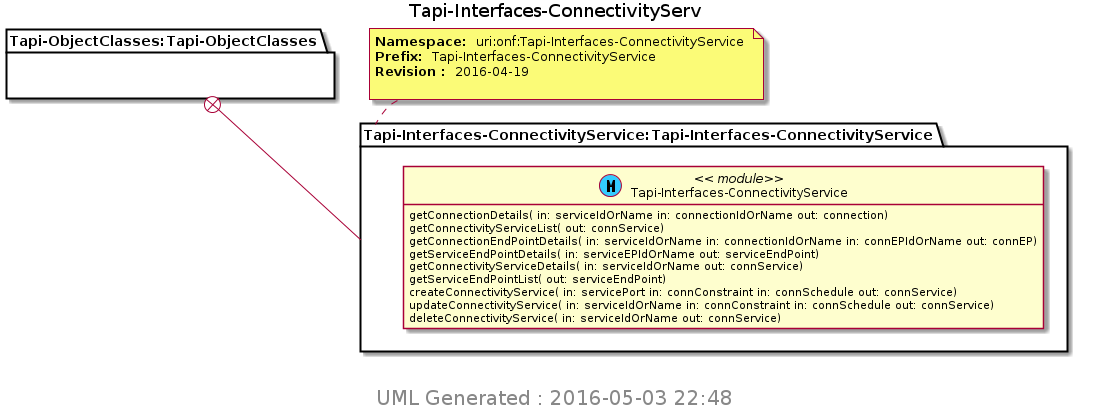
Before: TransportAPI/YANG/pyang_uml/Tapi-Interfaces-ConnectivityServ.png, a diagram exported from PlantUML (Open-Network-Models-and-Interfaces-ONMI/TAPI).
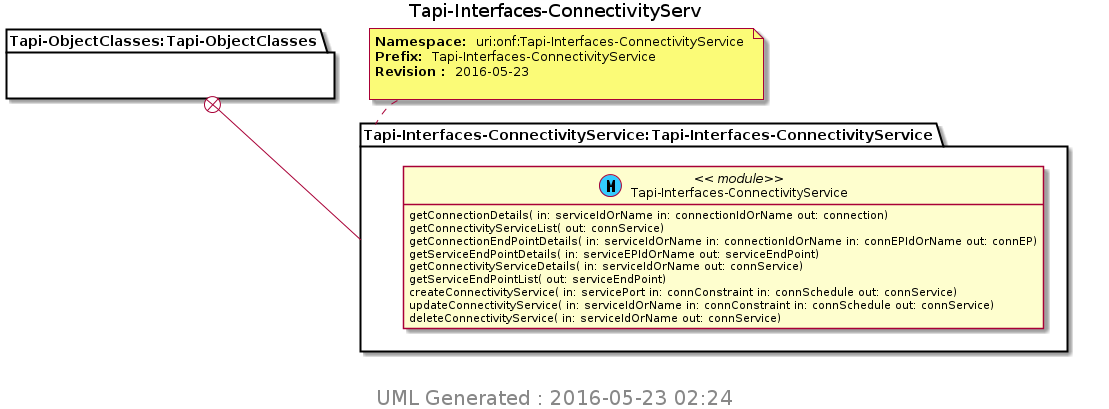
The same file after the commit.

The edit, as a diff of the source:
```diff
@@ -10,7 +10,7 @@
 Title Tapi-Interfaces-ConnectivityServ
 package "Tapi-ObjectClasses:Tapi-ObjectClasses" as Tapi_ObjectClasses_Tapi_ObjectClasses {
 }
-note top of Tapi_Interfaces_ConnectivityService_Tapi_Interfaces_ConnectivityService : <b>Namespace: </b> uri:onf:Tapi-Interfaces-ConnectivityService \n<b>Prefix: </b> Tapi-Interfaces-ConnectivityService \n<b>Revision : </b> 2016-04-19 \n
+note top of Tapi_Interfaces_ConnectivityService_Tapi_Interfaces_ConnectivityService : <b>Namespace: </b> uri:onf:Tapi-Interfaces-ConnectivityService \n<b>Prefix: </b> Tapi-Interfaces-ConnectivityService \n<b>Revision : </b> 2016-05-23 \n
 package "Tapi-Interfaces-ConnectivityService:Tapi-Interfaces-ConnectivityService" as Tapi_Interfaces_ConnectivityService_Tapi_Interfaces_ConnectivityService {
 Tapi_ObjectClasses_Tapi_ObjectClasses +-- Tapi_Interfaces_ConnectivityService_Tapi_Interfaces_ConnectivityService
 class "Tapi-Interfaces-ConnectivityService" as Tapi_Interfaces_ConnectivityService << (M, #33CCFF) module>>
@@ -26,6 +26,6 @@
 }
 
 center footer
- <size:20> UML Generated : 2016-05-03 22:48 </size>
+ <size:20> UML Generated : 2016-05-23 02:24 </size>
  endfooter
 @enduml
```
